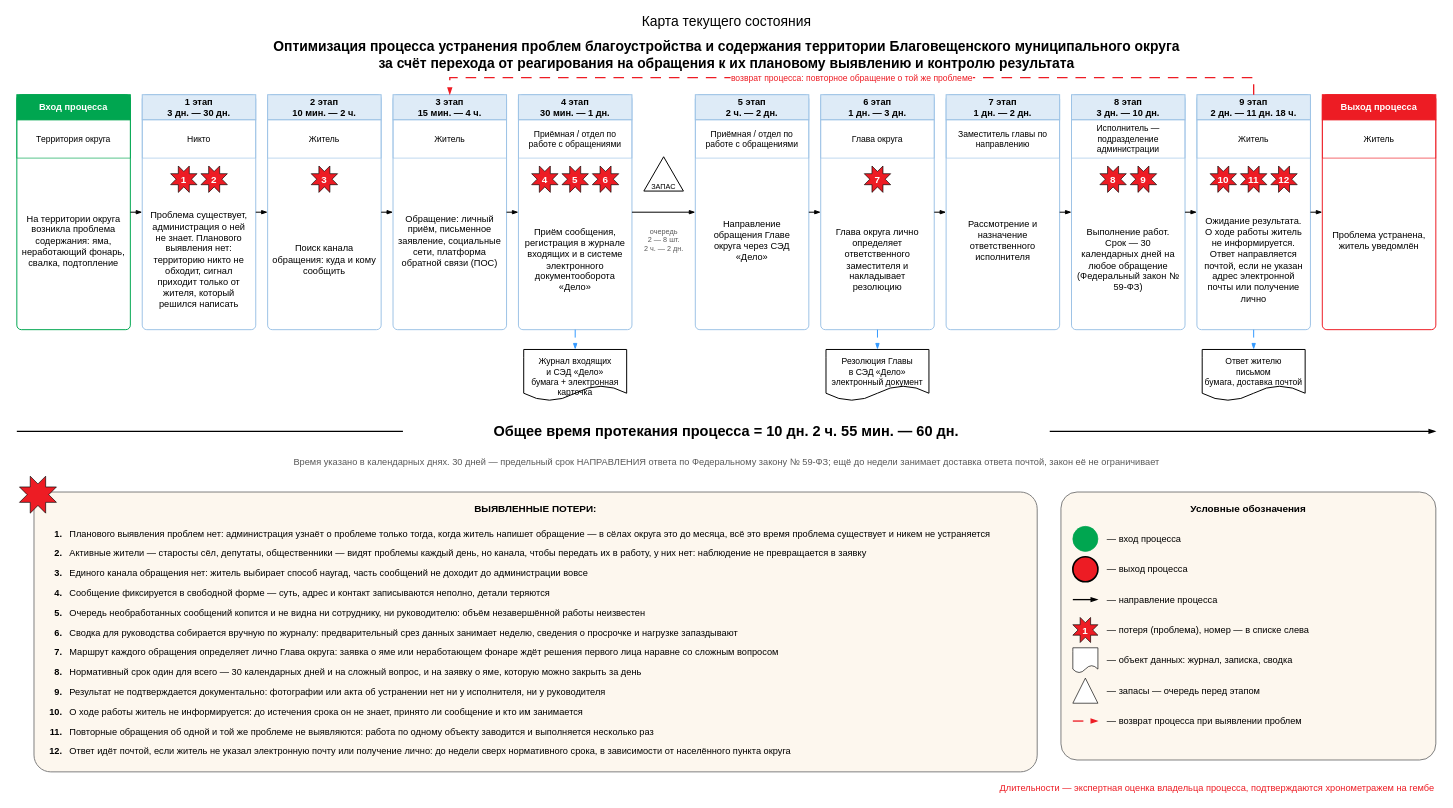
Before: page "Текущее состояние" (1 of 2) of файлы/karta-tekushchego.drawio in NiceGenn/Team-28-progress, a draw.io diagram. Source tidied: cells renumbered, new cells numbered last; positions are measured from the earlier drawing's top-left corner, leaving out a move shared by most shapes. Both pictures are drawn from the tidied source at 66%, with x=0, y=0 at pixel (16, 11).
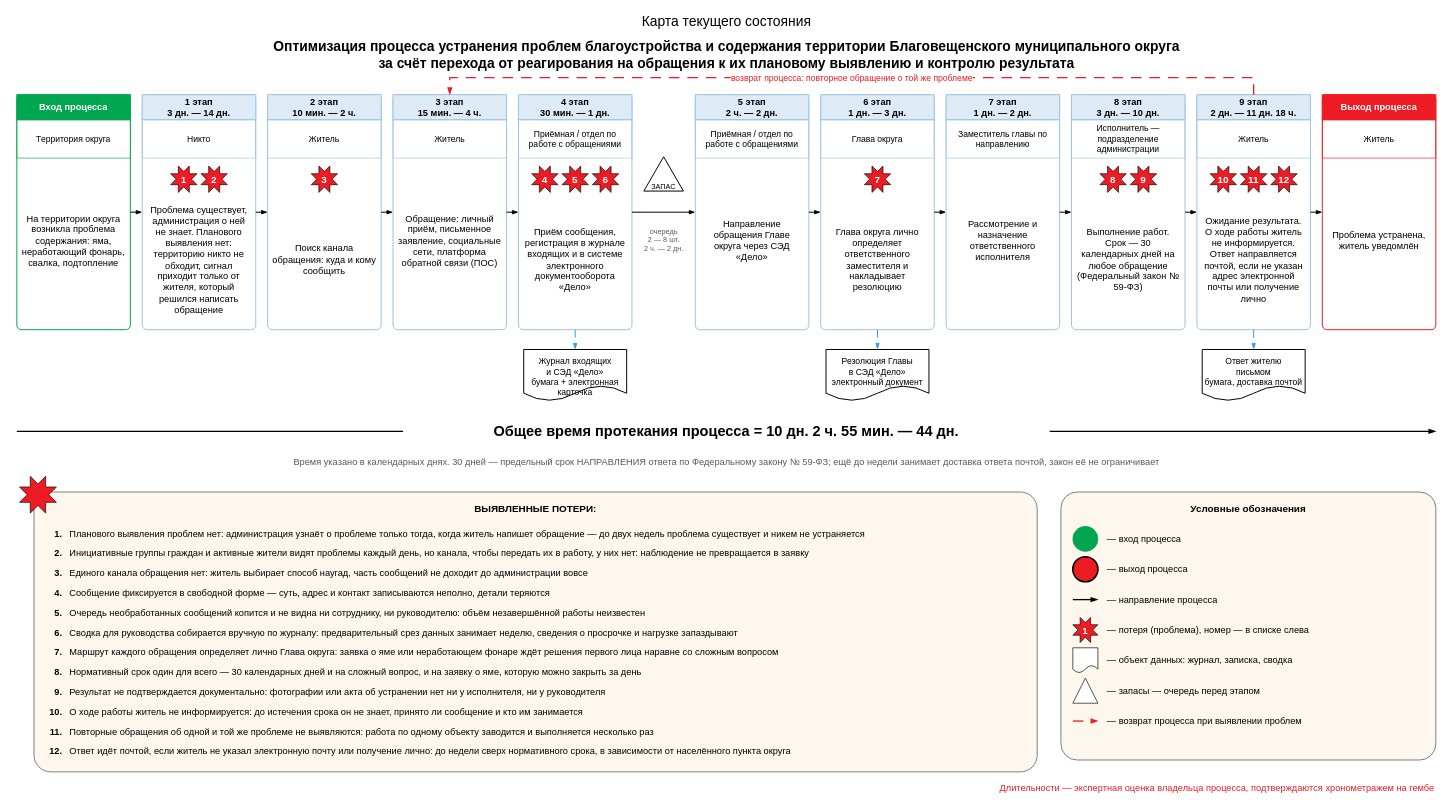
The same diagram, later.

The change refers to these unchanged cells:
```xml
<mxCell id="82" value="ВЫЯВЛЕННЫЕ ПОТЕРИ:" style="rounded=1;arcSize=6;whiteSpace=wrap;html=1;fillColor=#FDF7EE;strokeColor=#7F7F7F;strokeWidth=1.5;verticalAlign=top;align=center;fontSize=15;fontStyle=1;spacing=12;" parent="1" vertex="1">
  <mxGeometry x="26" y="728" width="1520" height="424" as="geometry" />
</mxCell>
```

Change to the diagram source:
```diff
@@
-    <mxCell id="7" value="1 этап&lt;br&gt;3 дн. — 30 дн." style="rounded=0;whiteSpace=wrap;html=1;fillColor=#DEEBF7;strokeColor=#9DC3E6;strokeWidth=1.5;fontSize=14;fontStyle=1;fontColor=#000000;verticalAlign=middle;spacing=2;" parent="1" vertex="1">
+    <mxCell id="7" value="1 этап&lt;br&gt;3 дн. — 14 дн." style="rounded=0;whiteSpace=wrap;html=1;fillColor=#DEEBF7;strokeColor=#9DC3E6;strokeWidth=1.5;fontSize=14;fontStyle=1;fontColor=#000000;verticalAlign=middle;spacing=2;" parent="1" vertex="1">
       <mxGeometry x="190" y="126" width="172" height="38" as="geometry" />
     </mxCell>
@@
-    <mxCell id="11" value="Проблема существует, администрация о ней не знает. Планового выявления нет: территорию никто не обходит, сигнал приходит только от жителя, который решился написать" style="text;html=1;whiteSpace=wrap;align=center;verticalAlign=middle;fontSize=14;" parent="1" vertex="1">
+    <mxCell id="11" value="Проблема существует, администрация о ней не знает. Планового выявления нет: территорию никто не обходит, сигнал приходит только от жителя, который решился написать обращение" style="text;html=1;whiteSpace=wrap;align=center;verticalAlign=middle;fontSize=14;" parent="1" vertex="1">
       <mxGeometry x="196" y="280" width="160" height="192" as="geometry" />
     </mxCell>
@@
-    <mxCell id="80" value="Общее время протекания процесса = 10 дн. 2 ч. 55 мин. — 60 дн." style="rounded=0;whiteSpace=wrap;html=1;fillColor=#FFFFFF;strokeColor=none;align=center;verticalAlign=middle;fontSize=22;fontStyle=1;" parent="1" vertex="1">
+    <mxCell id="80" value="Общее время протекания процесса = 10 дн. 2 ч. 55 мин. — 44 дн." style="rounded=0;whiteSpace=wrap;html=1;fillColor=#FFFFFF;strokeColor=none;align=center;verticalAlign=middle;fontSize=22;fontStyle=1;" parent="1" vertex="1">
       <mxGeometry x="585" y="615" width="980" height="42" as="geometry" />
     </mxCell>
@@
-    <mxCell id="84" value="Планового выявления проблем нет: администрация узнаёт о проблеме только тогда, когда житель напишет обращение — в сёлах округа это до месяца, всё это время проблема существует и никем не устраняется" style="text;html=1;align=left;verticalAlign=middle;fontSize=14;" parent="82" vertex="1">
+    <mxCell id="84" value="Планового выявления проблем нет: администрация узнаёт о проблеме только тогда, когда житель напишет обращение — до двух недель проблема существует и никем не устраняется" style="text;html=1;align=left;verticalAlign=middle;fontSize=14;" parent="82" vertex="1">
       <mxGeometry x="52" y="48" width="1450" height="30" as="geometry" />
     </mxCell>
@@
-    <mxCell id="86" value="Активные жители — старосты сёл, депутаты, общественники — видят проблемы каждый день, но канала, чтобы передать их в работу, у них нет: наблюдение не превращается в заявку" style="text;html=1;align=left;verticalAlign=middle;fontSize=14;" parent="82" vertex="1">
+    <mxCell id="86" value="Инициативные группы граждан и активные жители видят проблемы каждый день, но канала, чтобы передать их в работу, у них нет: наблюдение не превращается в заявку" style="text;html=1;align=left;verticalAlign=middle;fontSize=14;" parent="82" vertex="1">
       <mxGeometry x="52" y="78" width="1450" height="30" as="geometry" />
     </mxCell>
```
